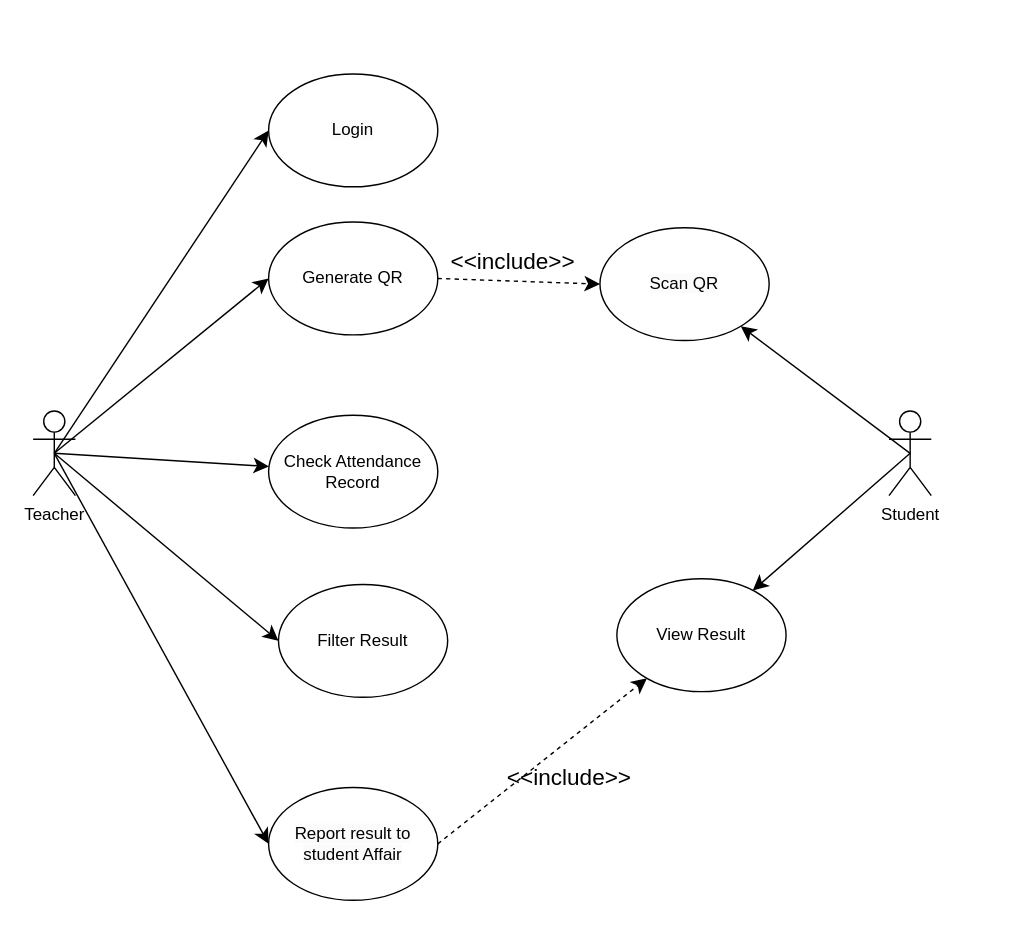
This is useCase.drawio from KhunMaungNgwee/InternShipProject, a draw.io file, before an edit. Source tidied: cells renumbered, new cells numbered last; positions are measured from the earlier drawing's top-left corner, leaving out a move shared by most shapes. Both pictures are drawn from the tidied source at 141%, with x=0, y=0 at pixel (32, 73).
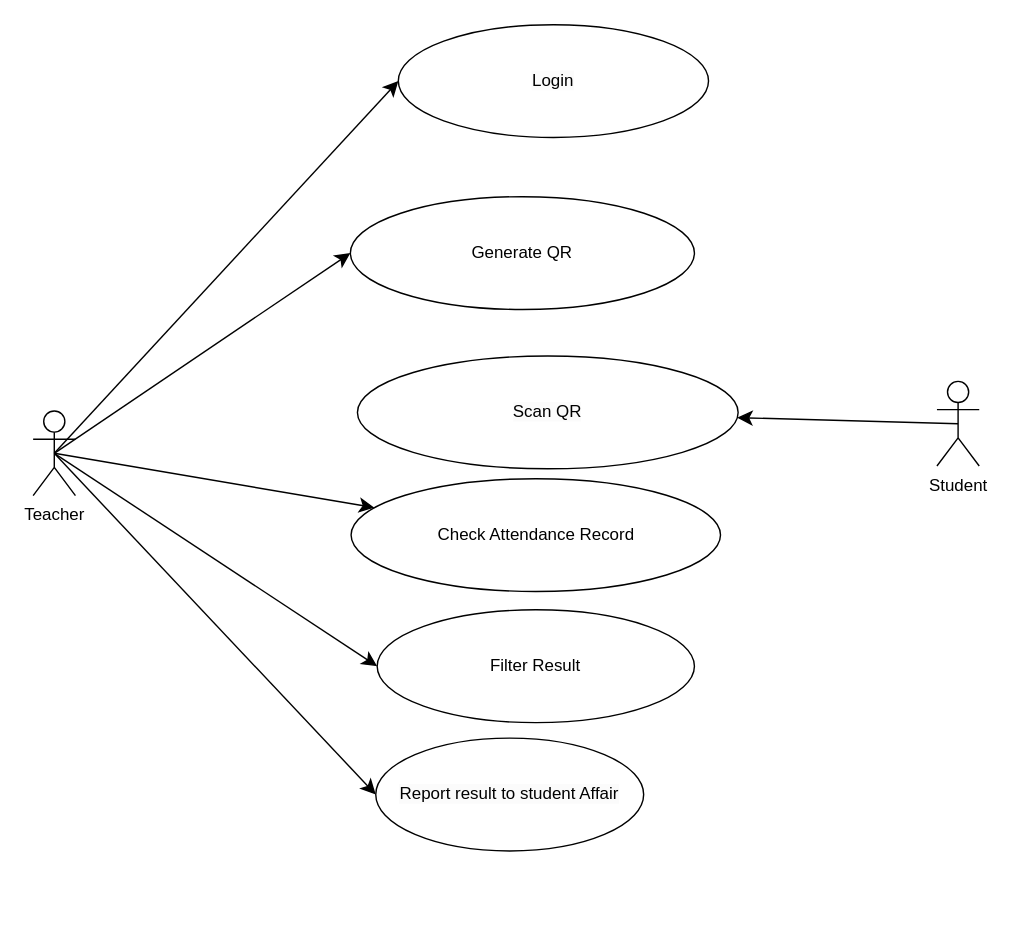
After the change.

What changed in the source:
```diff
@@
-    <mxCell id="3" style="edgeStyle=none;curved=1;rounded=0;jettySize=auto;html=1;exitX=0.5;exitY=0.5;exitDx=0;exitDy=0;exitPerimeter=0;fontSize=12;startSize=8;endSize=8;" parent="1" edge="1" source="4" target="20">
-      <mxGeometry relative="1" as="geometry" />
-    </mxCell>
     <mxCell id="4" value="Student" style="shape=umlActor;verticalLabelPosition=bottom;verticalAlign=top;html=1;outlineConnect=0;" parent="1" vertex="1">
-      <mxGeometry x="607" y="239" width="30" height="60" as="geometry" />
+      <mxGeometry x="641" y="218" width="30" height="60" as="geometry" />
     </mxCell>
@@
     <mxCell id="9" value="Generate QR" style="ellipse;whiteSpace=wrap;html=1;" parent="1" vertex="1">
-      <mxGeometry x="167" y="105" width="120" height="80" as="geometry" />
+      <mxGeometry x="225" y="87" width="244" height="80" as="geometry" />
     </mxCell>
     <mxCell id="10" value="Check Attendance Record" style="ellipse;whiteSpace=wrap;html=1;" parent="1" vertex="1">
-      <mxGeometry x="167" y="242" width="120" height="80" as="geometry" />
+      <mxGeometry x="225.5" y="287" width="262" height="80" as="geometry" />
     </mxCell>
     <mxCell id="11" value="Filter Result" style="ellipse;whiteSpace=wrap;html=1;" parent="1" vertex="1">
-      <mxGeometry x="174" y="362" width="120" height="80" as="geometry" />
+      <mxGeometry x="244" y="380" width="225" height="80" as="geometry" />
     </mxCell>
     <mxCell id="12" value="&lt;span style=&quot;background-color: rgb(251, 251, 251);&quot;&gt;Report result to student Affair&lt;/span&gt;" style="ellipse;whiteSpace=wrap;html=1;" parent="1" vertex="1">
-      <mxGeometry x="167" y="506" width="120" height="80" as="geometry" />
+      <mxGeometry x="243" y="471" width="190" height="80" as="geometry" />
     </mxCell>
-    <mxCell id="13" style="edgeStyle=none;curved=1;rounded=0;jettySize=auto;html=1;exitX=1;exitY=0.5;exitDx=0;exitDy=0;fontSize=12;startSize=8;endSize=8;dashed=1;" parent="1" edge="1" source="12" target="20">
-      <mxGeometry relative="1" as="geometry" />
-    </mxCell>
@@
     <mxCell id="15" value="&lt;span style=&quot;background-color: rgb(251, 251, 251);&quot;&gt;Scan QR&lt;/span&gt;" style="ellipse;whiteSpace=wrap;html=1;" parent="1" vertex="1">
-      <mxGeometry x="402" y="109" width="120" height="80" as="geometry" />
+      <mxGeometry x="230" y="200" width="270" height="80" as="geometry" />
     </mxCell>
     <mxCell id="16" value="&lt;span style=&quot;background-color: rgb(251, 251, 251);&quot;&gt;Login&lt;/span&gt;" style="ellipse;whiteSpace=wrap;html=1;" parent="1" vertex="1">
-      <mxGeometry x="167" width="120" height="80" as="geometry" />
+      <mxGeometry x="259" y="-35" width="220" height="80" as="geometry" />
     </mxCell>
@@
-    <mxCell id="18" style="edgeStyle=none;curved=1;rounded=0;jettySize=auto;html=1;exitX=1;exitY=0.5;exitDx=0;exitDy=0;entryX=0;entryY=0.5;entryDx=0;entryDy=0;fontSize=12;startSize=8;endSize=8;dashed=1;" parent="1" edge="1" source="9" target="15">
-      <mxGeometry relative="1" as="geometry" />
-    </mxCell>
-    <mxCell id="19" value="&amp;lt;&amp;lt;include&amp;gt;&amp;gt;" style="text;html=1;align=center;verticalAlign=middle;strokeColor=none;fillColor=none;fontSize=16;" parent="1" vertex="1">
-      <mxGeometry x="287" y="117" width="106" height="31" as="geometry" />
-    </mxCell>
-    <mxCell id="20" value="View Result" style="ellipse;whiteSpace=wrap;html=1;" parent="1" vertex="1">
-      <mxGeometry x="414" y="358" width="120" height="80" as="geometry" />
-    </mxCell>
-    <mxCell id="21" value="&amp;lt;&amp;lt;include&amp;gt;&amp;gt;" style="text;html=1;align=center;verticalAlign=middle;strokeColor=none;fillColor=none;fontSize=16;" parent="1" vertex="1">
-      <mxGeometry x="327" y="483" width="106" height="31" as="geometry" />
-    </mxCell>
```
